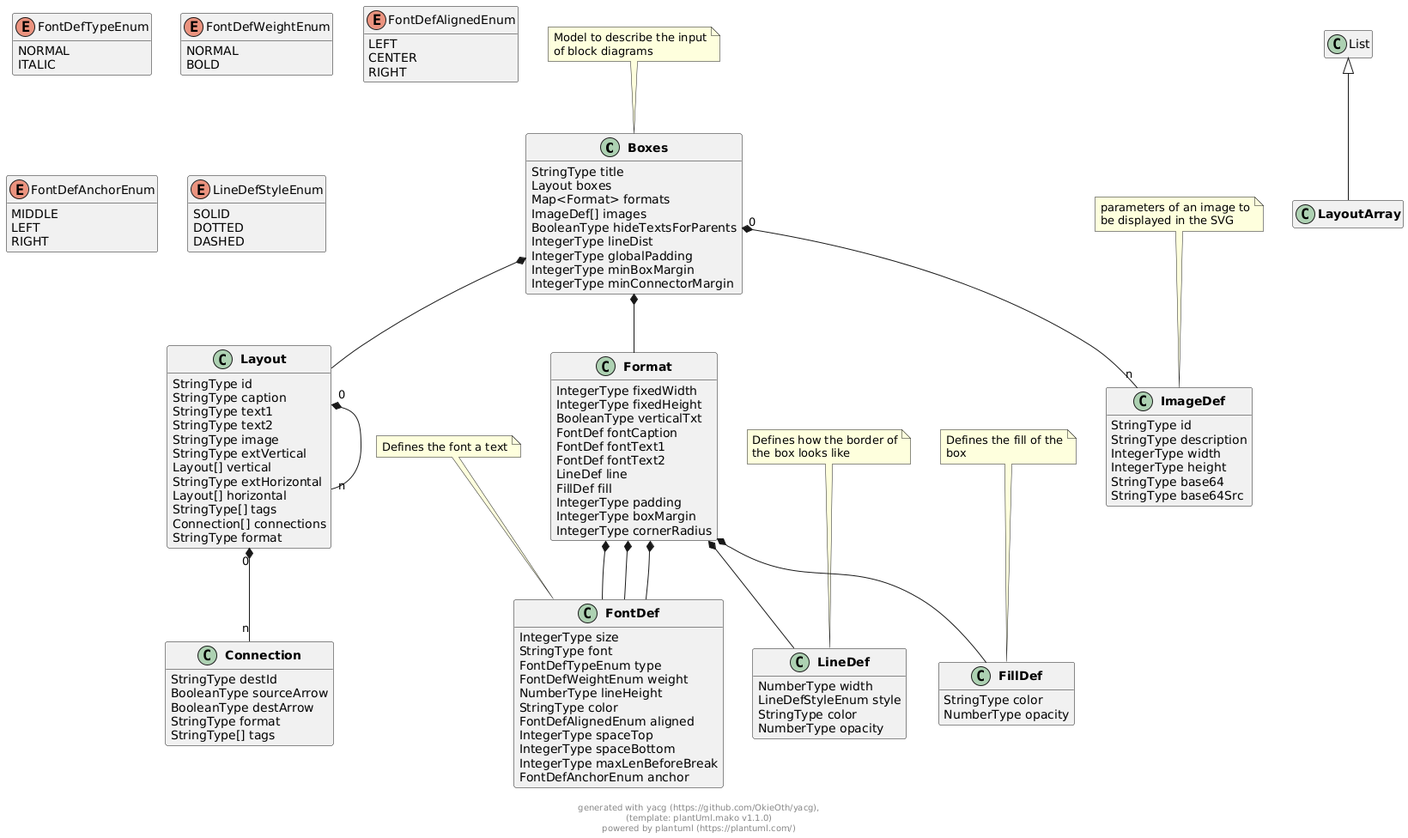
Earlier version of the PlantUML export docs/models/png/boxes.png (OkieOth/draw.chart.things).
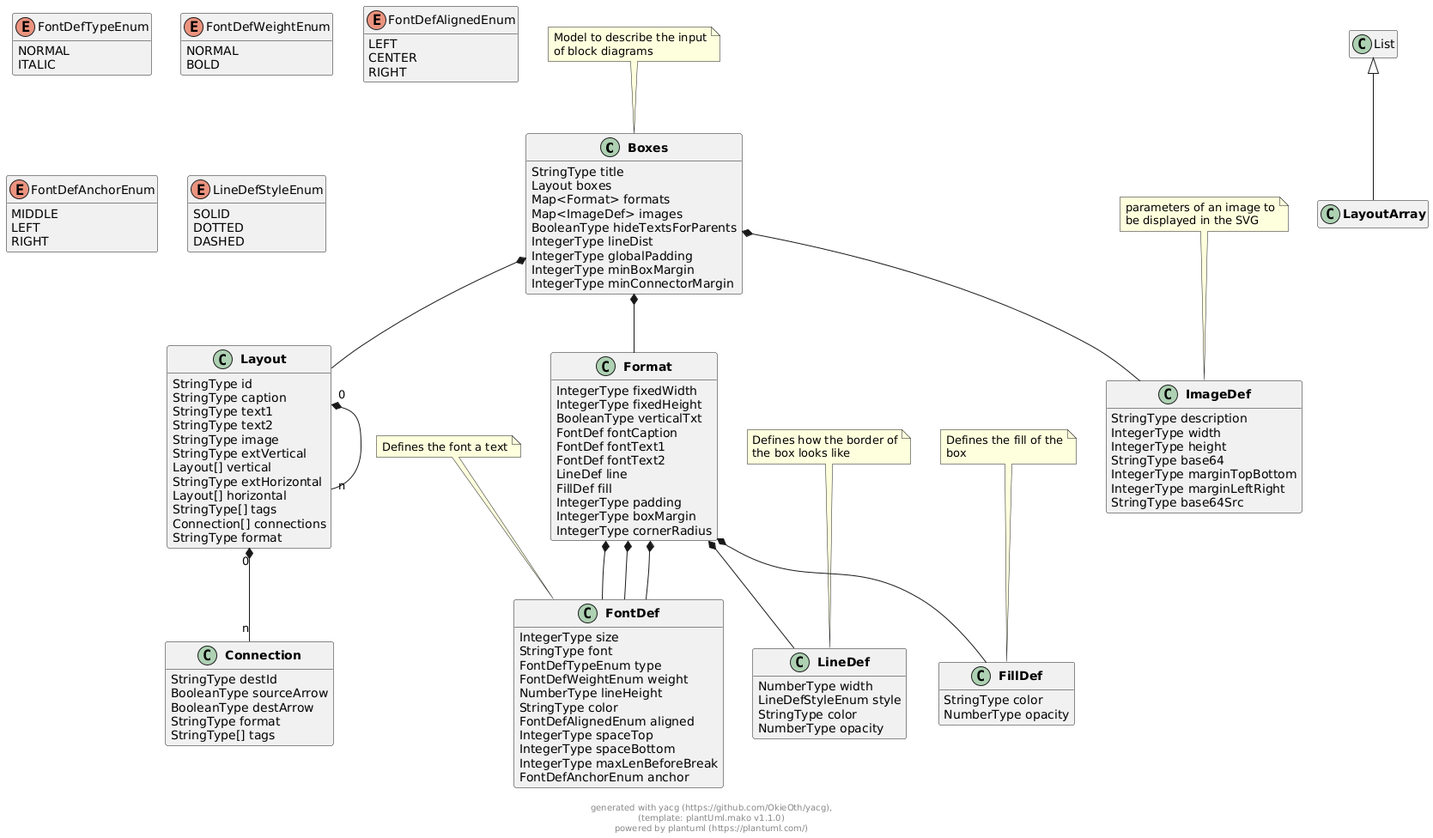
Above is the later version.

Diff of the diagram source:
```diff
@@ -7,7 +7,7 @@
         StringType title
         Layout boxes
         Map<Format> formats
-        ImageDef[] images
+        Map<ImageDef> images
         BooleanType hideTextsForParents
         IntegerType lineDist
         IntegerType globalPadding
@@ -49,6 +49,7 @@
         IntegerType boxMargin
         IntegerType cornerRadius
 }
+
 
 
 
@@ -129,11 +130,12 @@
 
 
 class "**ImageDef**" as ImageDef {
-        StringType id
         StringType description
         IntegerType width
         IntegerType height
         StringType base64
+        IntegerType marginTopBottom
+        IntegerType marginLeftRight
         StringType base64Src
 }
 note top: parameters of an image to\nbe displayed in the SVG
@@ -147,7 +149,7 @@
 
 Boxes  *--  Format
 
-Boxes "0" *-- "n" ImageDef
+Boxes  *--  ImageDef
 
 
 
@@ -227,5 +229,7 @@
 
 
 
+
+
 footer \ngenerated with yacg (https://github.com/OkieOth/yacg),\n(template: plantUml.mako v1.1.0)\npowered by plantuml (https://plantuml.com/)
 @enduml
```
